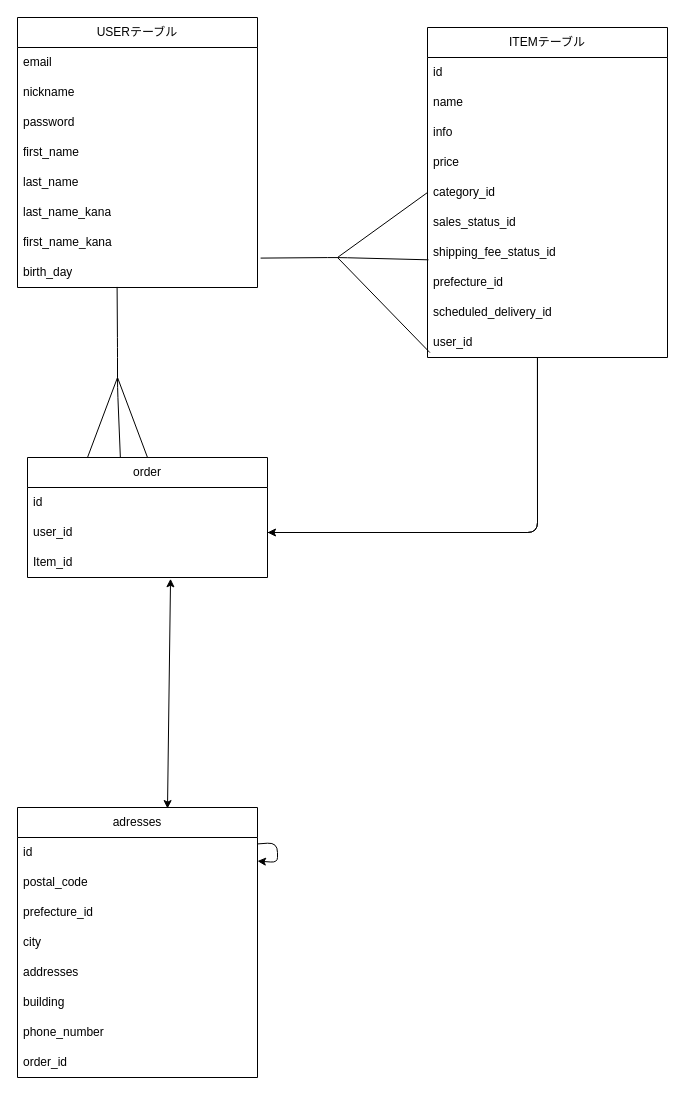
Above: db/database.dio in senenraketto/furima-41610 (draw.io), before the change. Source tidied: cells renumbered, new cells numbered last; positions are measured from the earlier drawing's top-left corner, leaving out a move shared by most shapes. Both pictures are drawn from the tidied source at 100%, with x=0, y=0 at pixel (17, 17).
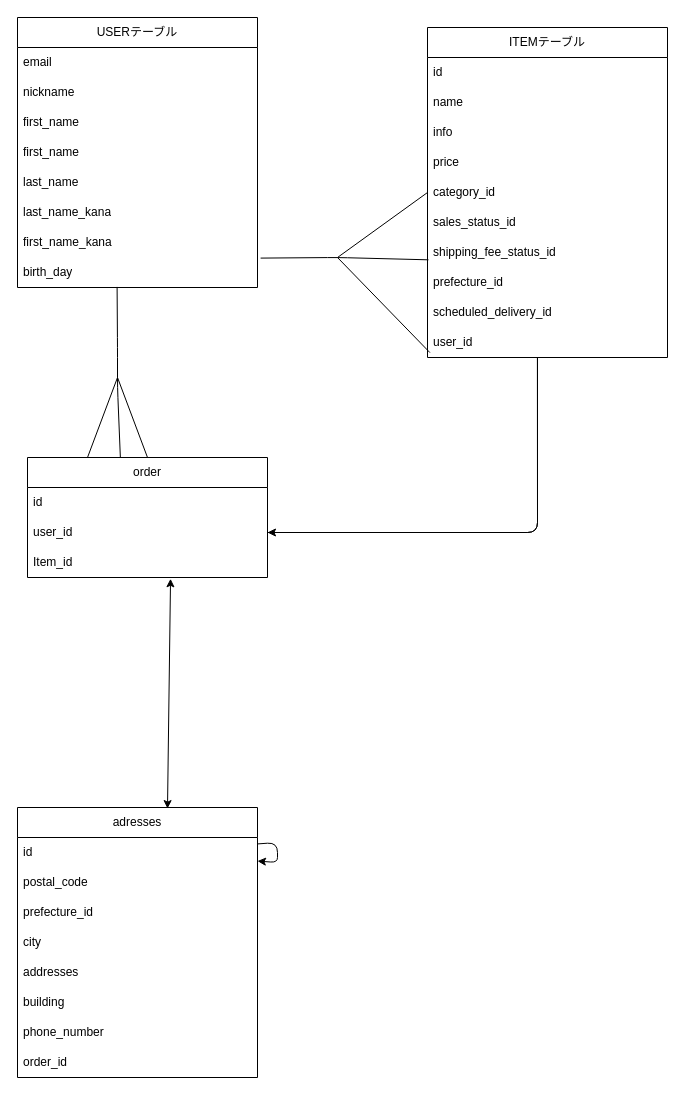
Above is the later version.

Unchanged cells that the change refers to:
```xml
<mxCell id="2" value="USERテーブル" style="swimlane;fontStyle=0;horizontal=1;startSize=30;whiteSpace=wrap;html=1;" parent="1" vertex="1">
  <mxGeometry width="240" height="270" as="geometry" />
</mxCell>
```

Diff of the diagram source:
```diff
@@
-    <mxCell id="5" value="password" style="text;strokeColor=none;fillColor=none;align=left;verticalAlign=middle;spacingLeft=4;spacingRight=4;overflow=hidden;whiteSpace=wrap;html=1;" parent="2" vertex="1">
-      <mxGeometry y="90" width="240" height="30" as="geometry" />
-    </mxCell>
+    <mxCell id="45" value="first_name" style="text;strokeColor=none;fillColor=none;align=left;verticalAlign=middle;spacingLeft=4;spacingRight=4;overflow=hidden;whiteSpace=wrap;html=1;" parent="2" vertex="1">
+      <mxGeometry y="90" width="240" height="30" as="geometry" />
+    </mxCell>
```
